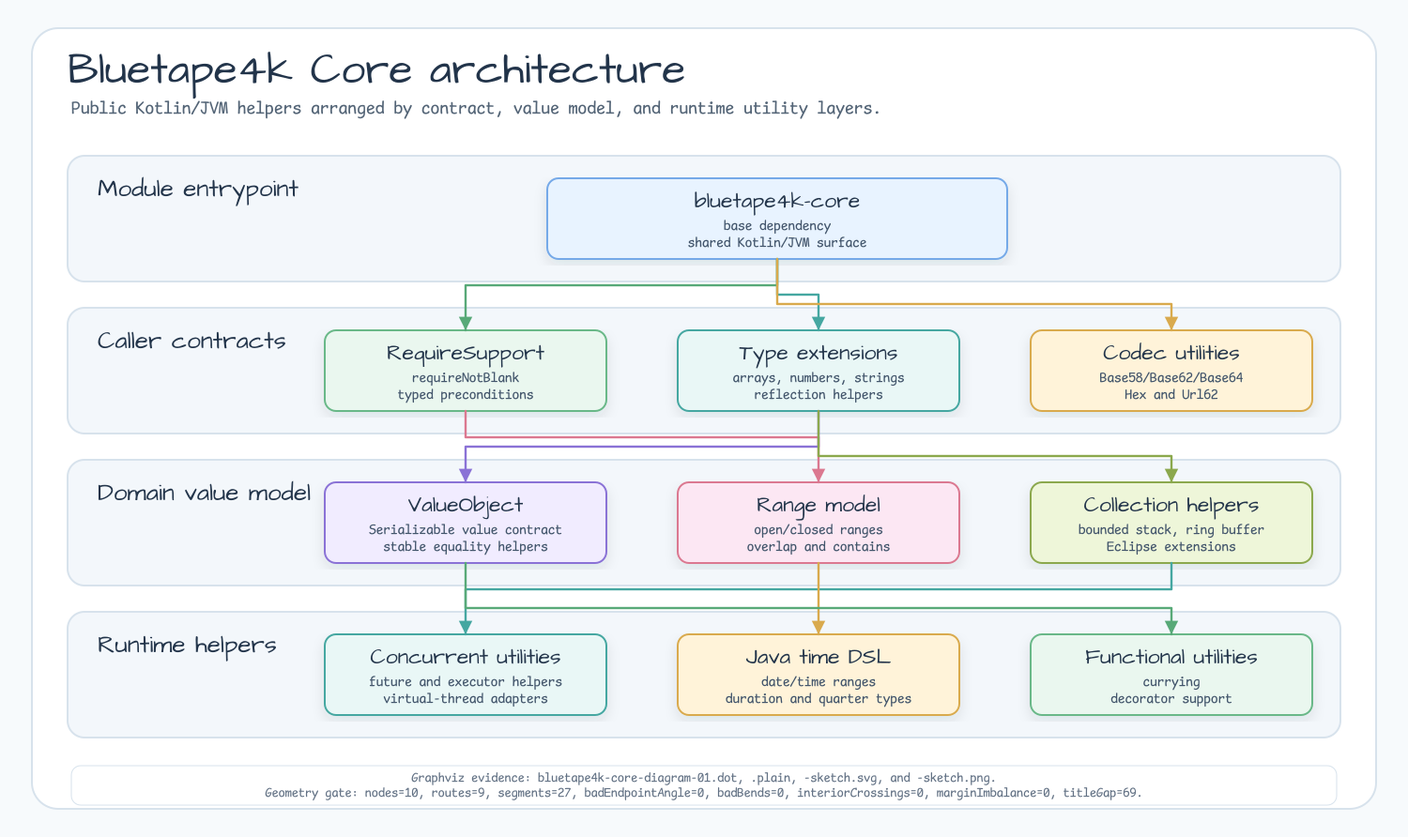
bluetape4k/bluetape4k-projects keeps this Graphviz diagram as docs/images/readme-diagrams/bluetape4k-core-diagram-01.png. Above is the earlier version. Its source is kept beside it as docs/images/readme-diagrams/bluetape4k-core-diagram-01.dot.
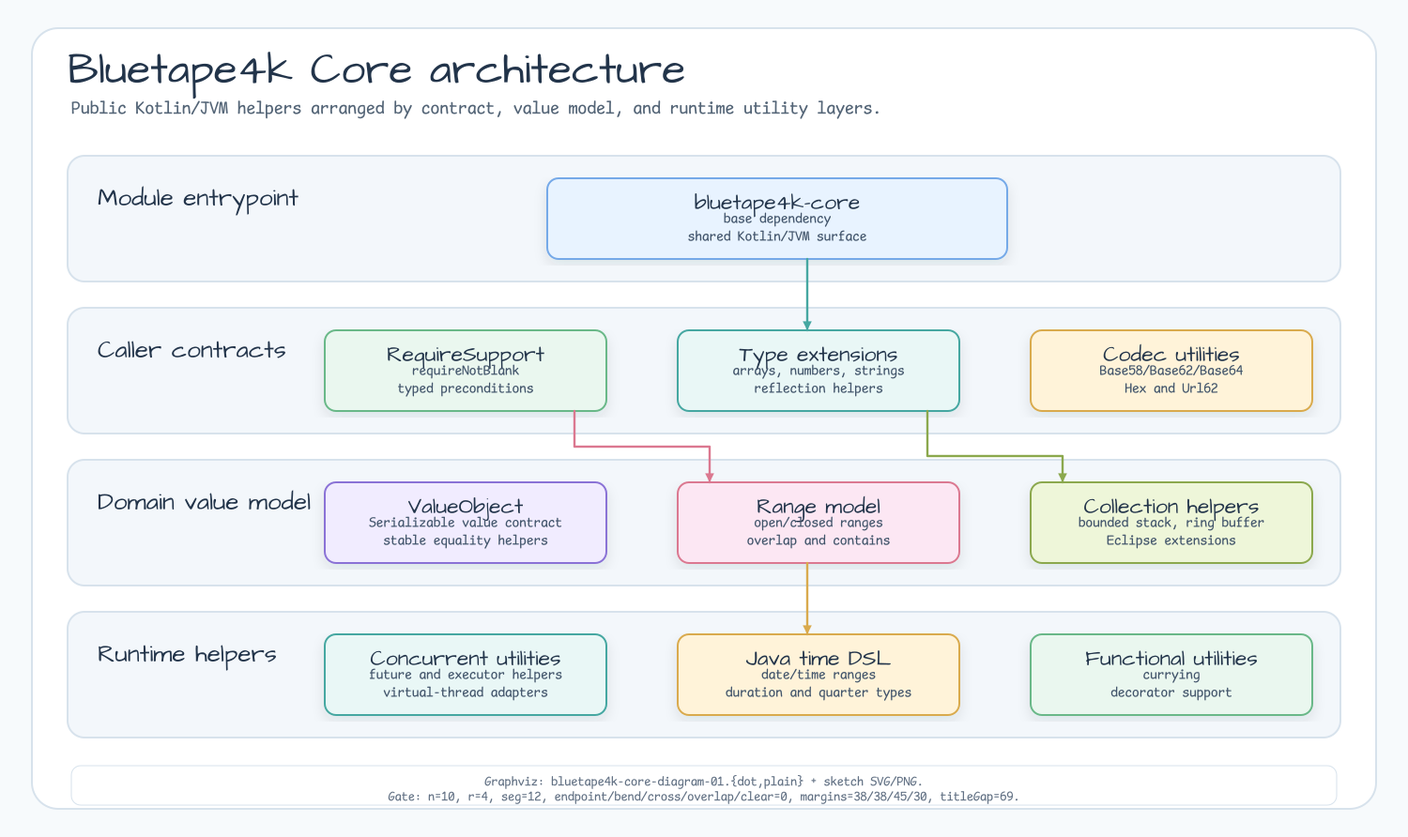
Above is the later version.

Diff of the diagram source:
```diff
@@ -40,13 +40,8 @@
     "time" [label="Java time DSL", fillcolor="#FFF3D9", color="#D9AA4D"];
     "functional" [label="Functional utilities", fillcolor="#EAF7EF", color="#69B888"];
   }
-  "core" -> "validation" [xlabel="contracts", color="#58A978"];
   "core" -> "types" [xlabel="types", color="#45A7A1"];
-  "core" -> "codec" [xlabel="encoding", color="#D9AA4D"];
   "validation" -> "ranges" [xlabel="range checks", color="#DB7890"];
-  "types" -> "value" [xlabel="value helpers", color="#8A72D6"];
   "types" -> "collections" [xlabel="collections", color="#8BA84D"];
-  "collections" -> "concurrent" [xlabel="async containers", color="#45A7A1"];
   "ranges" -> "time" [xlabel="temporal ranges", color="#D9AA4D"];
-  "value" -> "functional" [xlabel="composition", color="#58A978"];
 }
```
